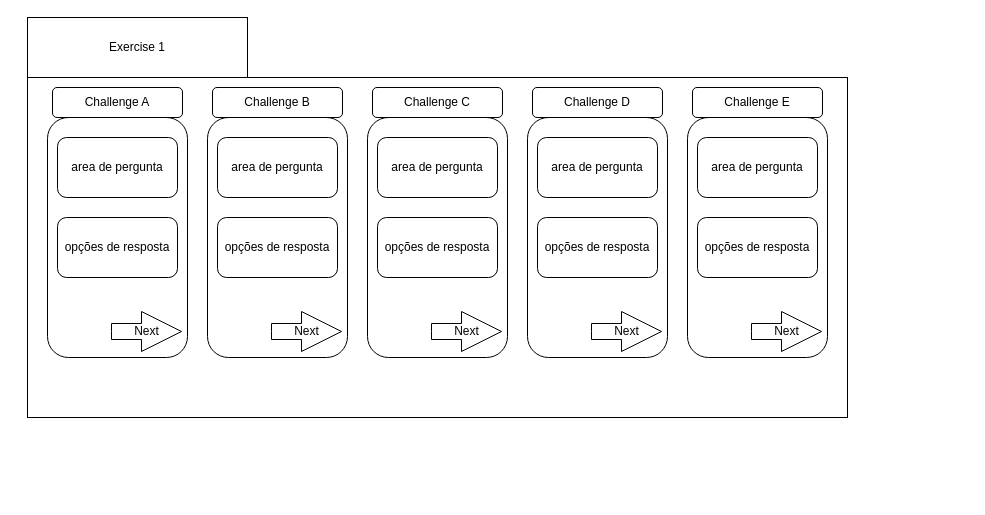
Above: page "ExerciseSet" (2 of 2) of Untitled Diagram.drawio in BarionTech/bariontech.github.io (draw.io), before the change. Source tidied: cells renumbered, new cells numbered last; positions are measured from the earlier drawing's top-left corner, leaving out a move shared by most shapes. Both pictures are drawn from the tidied source at 100%, with x=0, y=0 at pixel (27, 17).
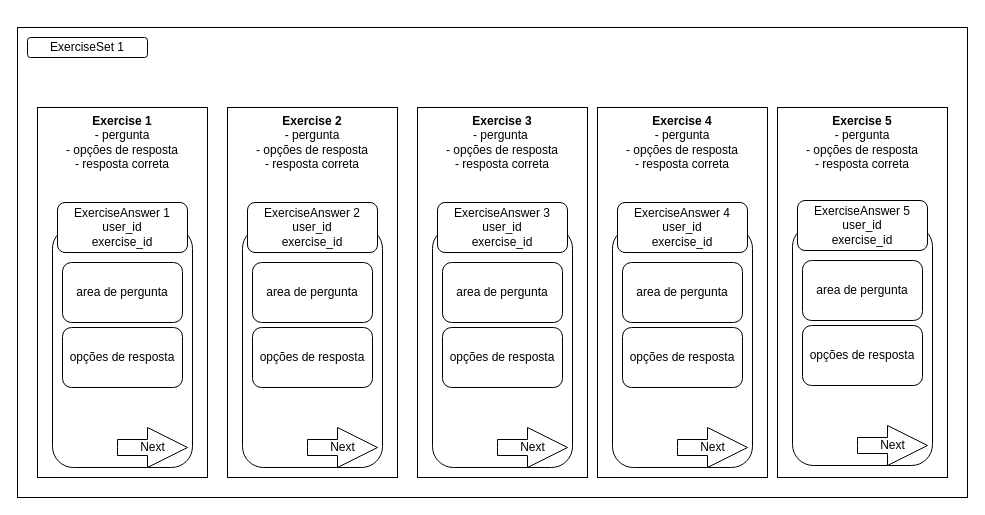
The same diagram, later.

Diff of the diagram source:
```diff
@@
-    <mxCell id="2" style="rounded=0;whiteSpace=wrap;html=1;" parent="1" vertex="1">
-      <mxGeometry y="60" width="820" height="340" as="geometry" />
-    </mxCell>
-    <mxCell id="3" value="Exercise 1" style="rounded=0;whiteSpace=wrap;html=1;" parent="1" vertex="1">
-      <mxGeometry width="220" height="60" as="geometry" />
-    </mxCell>
+    <mxCell id="29" style="rounded=0;whiteSpace=wrap;html=1;" parent="1" vertex="1">
+      <mxGeometry x="-10" y="10" width="950" height="470" as="geometry" />
+    </mxCell>
+    <mxCell id="30" value="&lt;b&gt;Exercise 1&lt;/b&gt;&lt;div&gt;- pergunta&lt;/div&gt;&lt;div&gt;- opções de resposta&lt;/div&gt;&lt;div&gt;- resposta correta&lt;/div&gt;" style="rounded=0;whiteSpace=wrap;html=1;verticalAlign=top;" parent="1" vertex="1">
+      <mxGeometry x="10" y="90" width="170" height="370" as="geometry" />
+    </mxCell>
     <mxCell id="4" style="rounded=1;whiteSpace=wrap;html=1;" parent="1" vertex="1">
-      <mxGeometry x="20" y="100" width="140" height="240" as="geometry" />
+      <mxGeometry x="25" y="210" width="140" height="240" as="geometry" />
     </mxCell>
     <mxCell id="5" value="area de pergunta" style="rounded=1;whiteSpace=wrap;html=1;" parent="1" vertex="1">
-      <mxGeometry x="30" y="120" width="120" height="60" as="geometry" />
+      <mxGeometry x="35" y="245" width="120" height="60" as="geometry" />
     </mxCell>
     <mxCell id="6" value="opções de resposta" style="rounded=1;whiteSpace=wrap;html=1;" parent="1" vertex="1">
-      <mxGeometry x="30" y="200" width="120" height="60" as="geometry" />
+      <mxGeometry x="35" y="310" width="120" height="60" as="geometry" />
     </mxCell>
     <mxCell id="7" value="Next" style="html=1;shadow=0;dashed=0;align=center;verticalAlign=middle;shape=mxgraph.arrows2.arrow;dy=0.6;dx=40;notch=0;" parent="1" vertex="1">
-      <mxGeometry x="84" y="294" width="70" height="40" as="geometry" />
+      <mxGeometry x="90" y="410" width="70" height="40" as="geometry" />
     </mxCell>
-    <mxCell id="8" style="rounded=1;whiteSpace=wrap;html=1;" parent="1" vertex="1">
-      <mxGeometry x="180" y="100" width="140" height="240" as="geometry" />
-    </mxCell>
-    <mxCell id="9" value="area de pergunta" style="rounded=1;whiteSpace=wrap;html=1;" parent="1" vertex="1">
-      <mxGeometry x="190" y="120" width="120" height="60" as="geometry" />
-    </mxCell>
-    <mxCell id="10" value="opções de resposta" style="rounded=1;whiteSpace=wrap;html=1;" parent="1" vertex="1">
-      <mxGeometry x="190" y="200" width="120" height="60" as="geometry" />
-    </mxCell>
-    <mxCell id="11" value="Next" style="html=1;shadow=0;dashed=0;align=center;verticalAlign=middle;shape=mxgraph.arrows2.arrow;dy=0.6;dx=40;notch=0;" parent="1" vertex="1">
-      <mxGeometry x="244" y="294" width="70" height="40" as="geometry" />
-    </mxCell>
-    <mxCell id="12" style="rounded=1;whiteSpace=wrap;html=1;" parent="1" vertex="1">
-      <mxGeometry x="340" y="100" width="140" height="240" as="geometry" />
-    </mxCell>
-    <mxCell id="13" value="area de pergunta" style="rounded=1;whiteSpace=wrap;html=1;" parent="1" vertex="1">
-      <mxGeometry x="350" y="120" width="120" height="60" as="geometry" />
-    </mxCell>
-    <mxCell id="14" value="opções de resposta" style="rounded=1;whiteSpace=wrap;html=1;" parent="1" vertex="1">
-      <mxGeometry x="350" y="200" width="120" height="60" as="geometry" />
-    </mxCell>
-    <mxCell id="15" value="Next" style="html=1;shadow=0;dashed=0;align=center;verticalAlign=middle;shape=mxgraph.arrows2.arrow;dy=0.6;dx=40;notch=0;" parent="1" vertex="1">
-      <mxGeometry x="404" y="294" width="70" height="40" as="geometry" />
-    </mxCell>
-    <mxCell id="16" style="rounded=1;whiteSpace=wrap;html=1;" parent="1" vertex="1">
-      <mxGeometry x="500" y="100" width="140" height="240" as="geometry" />
-    </mxCell>
-    <mxCell id="17" value="area de pergunta" style="rounded=1;whiteSpace=wrap;html=1;" parent="1" vertex="1">
-      <mxGeometry x="510" y="120" width="120" height="60" as="geometry" />
-    </mxCell>
-    <mxCell id="18" value="opções de resposta" style="rounded=1;whiteSpace=wrap;html=1;" parent="1" vertex="1">
-      <mxGeometry x="510" y="200" width="120" height="60" as="geometry" />
-    </mxCell>
-    <mxCell id="19" value="Next" style="html=1;shadow=0;dashed=0;align=center;verticalAlign=middle;shape=mxgraph.arrows2.arrow;dy=0.6;dx=40;notch=0;" parent="1" vertex="1">
-      <mxGeometry x="564" y="294" width="70" height="40" as="geometry" />
-    </mxCell>
-    <mxCell id="20" style="rounded=1;whiteSpace=wrap;html=1;" parent="1" vertex="1">
-      <mxGeometry x="660" y="100" width="140" height="240" as="geometry" />
-    </mxCell>
-    <mxCell id="21" value="area de pergunta" style="rounded=1;whiteSpace=wrap;html=1;" parent="1" vertex="1">
-      <mxGeometry x="670" y="120" width="120" height="60" as="geometry" />
-    </mxCell>
-    <mxCell id="22" value="opções de resposta" style="rounded=1;whiteSpace=wrap;html=1;" parent="1" vertex="1">
-      <mxGeometry x="670" y="200" width="120" height="60" as="geometry" />
-    </mxCell>
-    <mxCell id="23" value="Next" style="html=1;shadow=0;dashed=0;align=center;verticalAlign=middle;shape=mxgraph.arrows2.arrow;dy=0.6;dx=40;notch=0;" parent="1" vertex="1">
-      <mxGeometry x="724" y="294" width="70" height="40" as="geometry" />
-    </mxCell>
-    <mxCell id="24" value="Challenge A" style="rounded=1;whiteSpace=wrap;html=1;" parent="1" vertex="1">
-      <mxGeometry x="25" y="70" width="130" height="30" as="geometry" />
+    <mxCell id="24" value="ExerciseAnswer 1&lt;div&gt;user_id&lt;/div&gt;&lt;div&gt;exercise_id&lt;/div&gt;" style="rounded=1;whiteSpace=wrap;html=1;" parent="1" vertex="1">
+      <mxGeometry x="30" y="185" width="130" height="50" as="geometry" />
     </mxCell>
-    <mxCell id="25" value="Challenge B" style="rounded=1;whiteSpace=wrap;html=1;" parent="1" vertex="1">
-      <mxGeometry x="185" y="70" width="130" height="30" as="geometry" />
-    </mxCell>
-    <mxCell id="26" value="Challenge C" style="rounded=1;whiteSpace=wrap;html=1;" parent="1" vertex="1">
-      <mxGeometry x="345" y="70" width="130" height="30" as="geometry" />
-    </mxCell>
-    <mxCell id="27" value="Challenge D" style="rounded=1;whiteSpace=wrap;html=1;" parent="1" vertex="1">
-      <mxGeometry x="505" y="70" width="130" height="30" as="geometry" />
-    </mxCell>
-    <mxCell id="28" value="Challenge E" style="rounded=1;whiteSpace=wrap;html=1;" parent="1" vertex="1">
-      <mxGeometry x="665" y="70" width="130" height="30" as="geometry" />
-    </mxCell>
+    <mxCell id="31" value="ExerciseSet 1" style="rounded=1;whiteSpace=wrap;html=1;" parent="1" vertex="1">
+      <mxGeometry y="20" width="120" height="20" as="geometry" />
+    </mxCell>
+    <mxCell id="32" value="&lt;b&gt;Exercise 2&lt;/b&gt;&lt;div&gt;- pergunta&lt;/div&gt;&lt;div&gt;- opções de resposta&lt;/div&gt;&lt;div&gt;- resposta correta&lt;/div&gt;" style="rounded=0;whiteSpace=wrap;html=1;verticalAlign=top;" parent="1" vertex="1">
+      <mxGeometry x="200" y="90" width="170" height="370" as="geometry" />
+    </mxCell>
+    <mxCell id="33" style="rounded=1;whiteSpace=wrap;html=1;" parent="1" vertex="1">
+      <mxGeometry x="215" y="210" width="140" height="240" as="geometry" />
+    </mxCell>
+    <mxCell id="34" value="area de pergunta" style="rounded=1;whiteSpace=wrap;html=1;" parent="1" vertex="1">
+      <mxGeometry x="225" y="245" width="120" height="60" as="geometry" />
+    </mxCell>
+    <mxCell id="35" value="opções de resposta" style="rounded=1;whiteSpace=wrap;html=1;" parent="1" vertex="1">
+      <mxGeometry x="225" y="310" width="120" height="60" as="geometry" />
+    </mxCell>
+    <mxCell id="36" value="Next" style="html=1;shadow=0;dashed=0;align=center;verticalAlign=middle;shape=mxgraph.arrows2.arrow;dy=0.6;dx=40;notch=0;" parent="1" vertex="1">
+      <mxGeometry x="280" y="410" width="70" height="40" as="geometry" />
+    </mxCell>
+    <mxCell id="37" value="ExerciseAnswer 2&lt;div&gt;user_id&lt;/div&gt;&lt;div&gt;exercise_id&lt;/div&gt;" style="rounded=1;whiteSpace=wrap;html=1;" parent="1" vertex="1">
+      <mxGeometry x="220" y="185" width="130" height="50" as="geometry" />
+    </mxCell>
+    <mxCell id="38" value="&lt;b&gt;Exercise 3&lt;/b&gt;&lt;div&gt;- pergunta&amp;nbsp;&lt;/div&gt;&lt;div&gt;- opções de resposta&lt;/div&gt;&lt;div&gt;- resposta correta&lt;/div&gt;" style="rounded=0;whiteSpace=wrap;html=1;verticalAlign=top;" parent="1" vertex="1">
+      <mxGeometry x="390" y="90" width="170" height="370" as="geometry" />
+    </mxCell>
+    <mxCell id="39" style="rounded=1;whiteSpace=wrap;html=1;" parent="1" vertex="1">
+      <mxGeometry x="405" y="210" width="140" height="240" as="geometry" />
+    </mxCell>
+    <mxCell id="40" value="area de pergunta" style="rounded=1;whiteSpace=wrap;html=1;" parent="1" vertex="1">
+      <mxGeometry x="415" y="245" width="120" height="60" as="geometry" />
+    </mxCell>
+    <mxCell id="41" value="opções de resposta" style="rounded=1;whiteSpace=wrap;html=1;" parent="1" vertex="1">
+      <mxGeometry x="415" y="310" width="120" height="60" as="geometry" />
+    </mxCell>
+    <mxCell id="42" value="Next" style="html=1;shadow=0;dashed=0;align=center;verticalAlign=middle;shape=mxgraph.arrows2.arrow;dy=0.6;dx=40;notch=0;" parent="1" vertex="1">
+      <mxGeometry x="470" y="410" width="70" height="40" as="geometry" />
+    </mxCell>
+    <mxCell id="43" value="ExerciseAnswer 3&lt;div&gt;user_id&lt;/div&gt;&lt;div&gt;exercise_id&lt;/div&gt;" style="rounded=1;whiteSpace=wrap;html=1;" parent="1" vertex="1">
+      <mxGeometry x="410" y="185" width="130" height="50" as="geometry" />
+    </mxCell>
+    <mxCell id="44" value="&lt;b&gt;Exercise 4&lt;/b&gt;&lt;div&gt;- pergunta&lt;/div&gt;&lt;div&gt;- opções de resposta&lt;/div&gt;&lt;div&gt;- resposta correta&lt;/div&gt;" style="rounded=0;whiteSpace=wrap;html=1;verticalAlign=top;" parent="1" vertex="1">
+      <mxGeometry x="570" y="90" width="170" height="370" as="geometry" />
+    </mxCell>
+    <mxCell id="45" style="rounded=1;whiteSpace=wrap;html=1;" parent="1" vertex="1">
+      <mxGeometry x="585" y="210" width="140" height="240" as="geometry" />
+    </mxCell>
+    <mxCell id="46" value="area de pergunta" style="rounded=1;whiteSpace=wrap;html=1;" parent="1" vertex="1">
+      <mxGeometry x="595" y="245" width="120" height="60" as="geometry" />
+    </mxCell>
+    <mxCell id="47" value="opções de resposta" style="rounded=1;whiteSpace=wrap;html=1;" parent="1" vertex="1">
+      <mxGeometry x="595" y="310" width="120" height="60" as="geometry" />
+    </mxCell>
+    <mxCell id="48" value="Next" style="html=1;shadow=0;dashed=0;align=center;verticalAlign=middle;shape=mxgraph.arrows2.arrow;dy=0.6;dx=40;notch=0;" parent="1" vertex="1">
+      <mxGeometry x="650" y="410" width="70" height="40" as="geometry" />
+    </mxCell>
+    <mxCell id="49" value="ExerciseAnswer 4&lt;div&gt;user_id&lt;/div&gt;&lt;div&gt;exercise_id&lt;/div&gt;" style="rounded=1;whiteSpace=wrap;html=1;" parent="1" vertex="1">
+      <mxGeometry x="590" y="185" width="130" height="50" as="geometry" />
+    </mxCell>
+    <mxCell id="50" value="&lt;b&gt;Exercise 5&lt;/b&gt;&lt;div&gt;- pergunta&lt;/div&gt;&lt;div&gt;- opções de resposta&lt;/div&gt;&lt;div&gt;- resposta correta&lt;/div&gt;" style="rounded=0;whiteSpace=wrap;html=1;verticalAlign=top;" parent="1" vertex="1">
+      <mxGeometry x="750" y="90" width="170" height="370" as="geometry" />
+    </mxCell>
+    <mxCell id="51" style="rounded=1;whiteSpace=wrap;html=1;" parent="1" vertex="1">
+      <mxGeometry x="765" y="208" width="140" height="240" as="geometry" />
+    </mxCell>
+    <mxCell id="52" value="area de pergunta" style="rounded=1;whiteSpace=wrap;html=1;" parent="1" vertex="1">
+      <mxGeometry x="775" y="243" width="120" height="60" as="geometry" />
+    </mxCell>
+    <mxCell id="53" value="opções de resposta" style="rounded=1;whiteSpace=wrap;html=1;" parent="1" vertex="1">
+      <mxGeometry x="775" y="308" width="120" height="60" as="geometry" />
+    </mxCell>
+    <mxCell id="54" value="Next" style="html=1;shadow=0;dashed=0;align=center;verticalAlign=middle;shape=mxgraph.arrows2.arrow;dy=0.6;dx=40;notch=0;" parent="1" vertex="1">
+      <mxGeometry x="830" y="408" width="70" height="40" as="geometry" />
+    </mxCell>
+    <mxCell id="55" value="ExerciseAnswer 5&lt;div&gt;user_id&lt;/div&gt;&lt;div&gt;exercise_id&lt;/div&gt;" style="rounded=1;whiteSpace=wrap;html=1;" parent="1" vertex="1">
+      <mxGeometry x="770" y="183" width="130" height="50" as="geometry" />
+    </mxCell>
```
